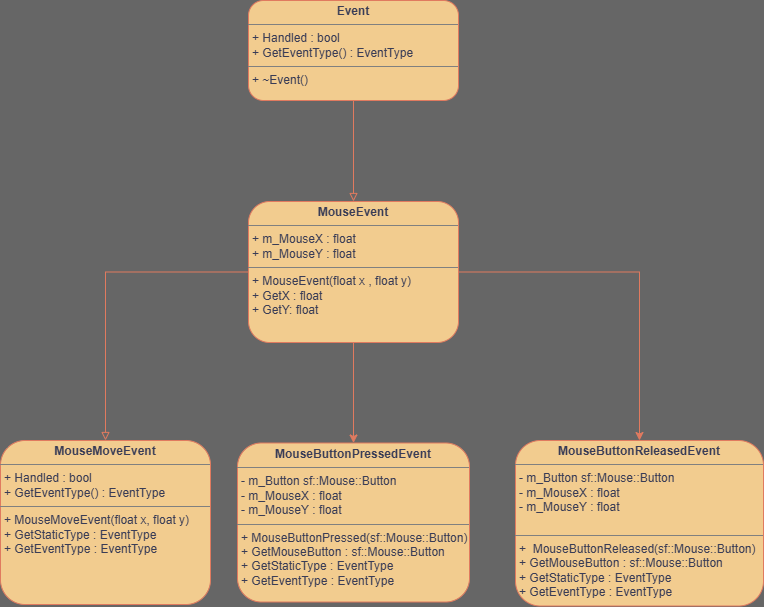
Earlier version of the draw.io export Docs/Images/Mouse Event Diagram.drawio.png (erikholmesdev/Thrive-Game-Engine). Source tidied: cells renumbered, new cells last; positions are measured from the earlier drawing's top-left corner, leaving out a move shared by most shapes. The source it was exported from:
```xml
<mxGraphModel background="#666666">
  <root>
    <mxCell id="0" />
    <mxCell id="1" parent="0" />
    <mxCell id="2" style="edgeStyle=orthogonalEdgeStyle;rounded=0;jettySize=auto;html=1;entryX=0.5;entryY=0;entryDx=0;entryDy=0;strokeColor=#E07A5F;fontColor=#393C56;fillColor=#F2CC8F;endArrow=block;endFill=0;" parent="1" edge="1" source="3" target="7">
      <mxGeometry relative="1" as="geometry" />
    </mxCell>
    <mxCell id="3" value="&lt;p style=&quot;margin:0px;margin-top:4px;text-align:center;&quot;&gt;&lt;b&gt;Event&lt;/b&gt;&lt;/p&gt;&lt;hr size=&quot;1&quot; style=&quot;border-style:solid;&quot;&gt;&lt;p style=&quot;margin:0px;margin-left:4px;&quot;&gt;+ Handled : bool&lt;/p&gt;&lt;p style=&quot;margin:0px;margin-left:4px;&quot;&gt;+ GetEventType() : EventType&lt;/p&gt;&lt;hr size=&quot;1&quot; style=&quot;border-style:solid;&quot;&gt;&lt;p style=&quot;margin:0px;margin-left:4px;&quot;&gt;+ ~Event()&lt;/p&gt;&lt;p style=&quot;margin:0px;margin-left:4px;&quot;&gt;&lt;br&gt;&lt;/p&gt;" style="verticalAlign=top;align=left;overflow=fill;html=1;whiteSpace=wrap;labelBackgroundColor=none;rounded=1;fillColor=#F2CC8F;strokeColor=#E07A5F;fontColor=#393C56;" parent="1" vertex="1">
      <mxGeometry x="248" width="210" height="100" as="geometry" />
    </mxCell>
    <mxCell id="4" style="edgeStyle=orthogonalEdgeStyle;rounded=0;jettySize=auto;html=1;entryX=0.5;entryY=0;entryDx=0;entryDy=0;strokeColor=#E07A5F;fontColor=#393C56;fillColor=#F2CC8F;endArrow=block;endFill=0;" parent="1" edge="1" source="7" target="8">
      <mxGeometry relative="1" as="geometry" />
    </mxCell>
    <mxCell id="5" style="edgeStyle=orthogonalEdgeStyle;rounded=0;jettySize=auto;html=1;strokeColor=#E07A5F;fontColor=#393C56;fillColor=#F2CC8F;" parent="1" edge="1" source="7" target="9">
      <mxGeometry relative="1" as="geometry" />
    </mxCell>
    <mxCell id="6" style="edgeStyle=orthogonalEdgeStyle;rounded=0;jettySize=auto;html=1;entryX=0.5;entryY=0;entryDx=0;entryDy=0;strokeColor=#E07A5F;fontColor=#393C56;fillColor=#F2CC8F;" parent="1" edge="1" source="7" target="10">
      <mxGeometry relative="1" as="geometry" />
    </mxCell>
    <mxCell id="7" value="&lt;p style=&quot;margin:0px;margin-top:4px;text-align:center;&quot;&gt;&lt;b&gt;MouseEvent&lt;/b&gt;&lt;/p&gt;&lt;hr size=&quot;1&quot; style=&quot;border-style:solid;&quot;&gt;&lt;p style=&quot;margin:0px;margin-left:4px;&quot;&gt;+ m_MouseX : float&lt;/p&gt;&lt;p style=&quot;margin:0px;margin-left:4px;&quot;&gt;+ m_MouseY : float&lt;/p&gt;&lt;hr size=&quot;1&quot; style=&quot;border-style:solid;&quot;&gt;&lt;p style=&quot;margin:0px;margin-left:4px;&quot;&gt;+ MouseEvent(float x , float y)&lt;/p&gt;&lt;p style=&quot;margin:0px;margin-left:4px;&quot;&gt;+ GetX : float&lt;/p&gt;&lt;p style=&quot;margin:0px;margin-left:4px;&quot;&gt;+ GetY: float&lt;/p&gt;&lt;p style=&quot;margin:0px;margin-left:4px;&quot;&gt;&lt;br&gt;&lt;/p&gt;" style="verticalAlign=top;align=left;overflow=fill;html=1;whiteSpace=wrap;labelBackgroundColor=none;rounded=1;fillColor=#F2CC8F;strokeColor=#E07A5F;fontColor=#393C56;" parent="1" vertex="1">
      <mxGeometry x="248" y="201" width="210" height="141" as="geometry" />
    </mxCell>
    <mxCell id="8" value="&lt;p style=&quot;margin:0px;margin-top:4px;text-align:center;&quot;&gt;&lt;b&gt;MouseMoveEvent&lt;/b&gt;&lt;/p&gt;&lt;hr size=&quot;1&quot; style=&quot;border-style:solid;&quot;&gt;&lt;p style=&quot;margin:0px;margin-left:4px;&quot;&gt;+ Handled : bool&lt;/p&gt;&lt;p style=&quot;margin:0px;margin-left:4px;&quot;&gt;+ GetEventType() : EventType&lt;/p&gt;&lt;hr size=&quot;1&quot; style=&quot;border-style:solid;&quot;&gt;&lt;p style=&quot;margin:0px;margin-left:4px;&quot;&gt;+ MouseMoveEvent(float x, float y)&lt;/p&gt;&lt;p style=&quot;margin:0px;margin-left:4px;&quot;&gt;+ GetStaticType : EventType&lt;/p&gt;&lt;p style=&quot;margin:0px;margin-left:4px;&quot;&gt;+ GetEventType : EventType&lt;/p&gt;&lt;p style=&quot;margin:0px;margin-left:4px;&quot;&gt;&lt;br&gt;&lt;/p&gt;" style="verticalAlign=top;align=left;overflow=fill;html=1;whiteSpace=wrap;labelBackgroundColor=none;rounded=1;fillColor=#F2CC8F;strokeColor=#E07A5F;fontColor=#393C56;" parent="1" vertex="1">
      <mxGeometry y="440" width="210" height="164" as="geometry" />
    </mxCell>
    <mxCell id="9" value="&lt;p style=&quot;margin:0px;margin-top:4px;text-align:center;&quot;&gt;&lt;b&gt;MouseButtonPressedEvent&lt;/b&gt;&lt;/p&gt;&lt;hr size=&quot;1&quot; style=&quot;border-style:solid;&quot;&gt;&lt;p style=&quot;margin:0px;margin-left:4px;&quot;&gt;- m_Button sf::Mouse::Button&lt;/p&gt;&lt;p style=&quot;margin:0px;margin-left:4px;&quot;&gt;- m_MouseX : float&lt;/p&gt;&lt;p style=&quot;margin:0px;margin-left:4px;&quot;&gt;- m_MouseY : float&lt;/p&gt;&lt;hr size=&quot;1&quot; style=&quot;border-style:solid;&quot;&gt;&lt;p style=&quot;margin:0px;margin-left:4px;&quot;&gt;+ MouseButtonPressed(sf::Mouse::Button)&lt;/p&gt;&lt;p style=&quot;margin:0px;margin-left:4px;&quot;&gt;+ GetMouseButton : sf::Mouse::Button&lt;/p&gt;&lt;p style=&quot;margin:0px;margin-left:4px;&quot;&gt;+ GetStaticType : EventType&lt;/p&gt;&lt;p style=&quot;margin:0px;margin-left:4px;&quot;&gt;+&amp;nbsp;&lt;span style=&quot;background-color: transparent; color: light-dark(rgb(57, 60, 86), rgb(182, 184, 207));&quot;&gt;GetEventType : EventType&lt;/span&gt;&lt;/p&gt;" style="verticalAlign=top;align=left;overflow=fill;html=1;whiteSpace=wrap;labelBackgroundColor=none;rounded=1;fillColor=#F2CC8F;strokeColor=#E07A5F;fontColor=#393C56;" parent="1" vertex="1">
      <mxGeometry x="237" y="442.5" width="232" height="159" as="geometry" />
    </mxCell>
    <mxCell id="10" value="&lt;p style=&quot;margin:0px;margin-top:4px;text-align:center;&quot;&gt;&lt;b&gt;MouseButtonReleasedEvent&lt;/b&gt;&lt;/p&gt;&lt;hr size=&quot;1&quot; style=&quot;border-style:solid;&quot;&gt;&lt;p style=&quot;margin:0px;margin-left:4px;&quot;&gt;- m_Button sf::Mouse::Button&lt;/p&gt;&lt;p style=&quot;margin: 0px 0px 0px 4px;&quot;&gt;- m_MouseX : float&lt;/p&gt;&lt;p style=&quot;margin: 0px 0px 0px 4px;&quot;&gt;- m_MouseY : float&lt;/p&gt;&lt;div&gt;&lt;br&gt;&lt;/div&gt;&lt;hr size=&quot;1&quot; style=&quot;border-style:solid;&quot;&gt;&lt;p style=&quot;margin:0px;margin-left:4px;&quot;&gt;+&amp;nbsp;&lt;span style=&quot;background-color: transparent; color: light-dark(rgb(57, 60, 86), rgb(182, 184, 207));&quot;&gt;&amp;nbsp;&lt;/span&gt;&lt;span style=&quot;background-color: transparent; color: light-dark(rgb(57, 60, 86), rgb(182, 184, 207));&quot;&gt;MouseButtonReleased(sf::Mouse::Button)&lt;/span&gt;&lt;/p&gt;&lt;p style=&quot;margin: 0px 0px 0px 4px;&quot;&gt;+ GetMouseButton : sf::Mouse::Button&lt;/p&gt;&lt;p style=&quot;margin: 0px 0px 0px 4px;&quot;&gt;+ GetStaticType : EventType&lt;/p&gt;&lt;p style=&quot;margin: 0px 0px 0px 4px;&quot;&gt;+&amp;nbsp;&lt;span style=&quot;background-color: transparent; color: light-dark(rgb(57, 60, 86), rgb(182, 184, 207));&quot;&gt;GetEventType : EventType&lt;/span&gt;&lt;/p&gt;&lt;p style=&quot;margin:0px;margin-left:4px;&quot;&gt;&lt;br&gt;&lt;/p&gt;" style="verticalAlign=top;align=left;overflow=fill;html=1;whiteSpace=wrap;labelBackgroundColor=none;rounded=1;fillColor=#F2CC8F;strokeColor=#E07A5F;fontColor=#393C56;" parent="1" vertex="1">
      <mxGeometry x="515" y="440" width="248" height="165.5" as="geometry" />
    </mxCell>
  </root>
</mxGraphModel>
```
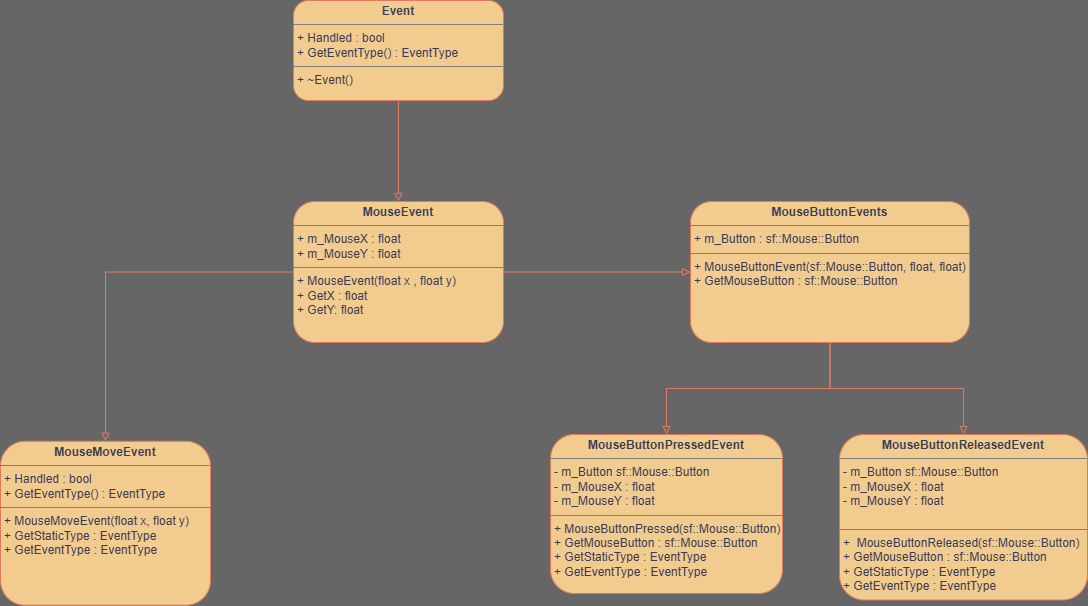
After the change.

Commit message:
Updated the diagram to include the new MouseButtonEvent class.

What changed in the source:
```diff
@@ -11,23 +11,29 @@
     <mxCell id="4" style="edgeStyle=orthogonalEdgeStyle;rounded=0;jettySize=auto;html=1;entryX=0.5;entryY=0;entryDx=0;entryDy=0;strokeColor=#E07A5F;fontColor=#393C56;fillColor=#F2CC8F;endArrow=block;endFill=0;" parent="1" edge="1" source="7" target="8">
       <mxGeometry relative="1" as="geometry" />
     </mxCell>
-    <mxCell id="5" style="edgeStyle=orthogonalEdgeStyle;rounded=0;jettySize=auto;html=1;strokeColor=#E07A5F;fontColor=#393C56;fillColor=#F2CC8F;" parent="1" edge="1" source="7" target="9">
-      <mxGeometry relative="1" as="geometry" />
-    </mxCell>
-    <mxCell id="6" style="edgeStyle=orthogonalEdgeStyle;rounded=0;jettySize=auto;html=1;entryX=0.5;entryY=0;entryDx=0;entryDy=0;strokeColor=#E07A5F;fontColor=#393C56;fillColor=#F2CC8F;" parent="1" edge="1" source="7" target="10">
-      <mxGeometry relative="1" as="geometry" />
-    </mxCell>
+    <mxCell id="11" style="edgeStyle=orthogonalEdgeStyle;rounded=0;jettySize=auto;html=1;entryX=0;entryY=0.5;entryDx=0;entryDy=0;strokeColor=#E07A5F;fontColor=#393C56;fillColor=#F2CC8F;endArrow=block;endFill=0;" parent="1" edge="1" source="7" target="14">
+      <mxGeometry relative="1" as="geometry" />
+    </mxCell>
     <mxCell id="7" value="&lt;p style=&quot;margin:0px;margin-top:4px;text-align:center;&quot;&gt;&lt;b&gt;MouseEvent&lt;/b&gt;&lt;/p&gt;&lt;hr size=&quot;1&quot; style=&quot;border-style:solid;&quot;&gt;&lt;p style=&quot;margin:0px;margin-left:4px;&quot;&gt;+ m_MouseX : float&lt;/p&gt;&lt;p style=&quot;margin:0px;margin-left:4px;&quot;&gt;+ m_MouseY : float&lt;/p&gt;&lt;hr size=&quot;1&quot; style=&quot;border-style:solid;&quot;&gt;&lt;p style=&quot;margin:0px;margin-left:4px;&quot;&gt;+ MouseEvent(float x , float y)&lt;/p&gt;&lt;p style=&quot;margin:0px;margin-left:4px;&quot;&gt;+ GetX : float&lt;/p&gt;&lt;p style=&quot;margin:0px;margin-left:4px;&quot;&gt;+ GetY: float&lt;/p&gt;&lt;p style=&quot;margin:0px;margin-left:4px;&quot;&gt;&lt;br&gt;&lt;/p&gt;" style="verticalAlign=top;align=left;overflow=fill;html=1;whiteSpace=wrap;labelBackgroundColor=none;rounded=1;fillColor=#F2CC8F;strokeColor=#E07A5F;fontColor=#393C56;" parent="1" vertex="1">
       <mxGeometry x="248" y="201" width="210" height="141" as="geometry" />
     </mxCell>
     <mxCell id="8" value="&lt;p style=&quot;margin:0px;margin-top:4px;text-align:center;&quot;&gt;&lt;b&gt;MouseMoveEvent&lt;/b&gt;&lt;/p&gt;&lt;hr size=&quot;1&quot; style=&quot;border-style:solid;&quot;&gt;&lt;p style=&quot;margin:0px;margin-left:4px;&quot;&gt;+ Handled : bool&lt;/p&gt;&lt;p style=&quot;margin:0px;margin-left:4px;&quot;&gt;+ GetEventType() : EventType&lt;/p&gt;&lt;hr size=&quot;1&quot; style=&quot;border-style:solid;&quot;&gt;&lt;p style=&quot;margin:0px;margin-left:4px;&quot;&gt;+ MouseMoveEvent(float x, float y)&lt;/p&gt;&lt;p style=&quot;margin:0px;margin-left:4px;&quot;&gt;+ GetStaticType : EventType&lt;/p&gt;&lt;p style=&quot;margin:0px;margin-left:4px;&quot;&gt;+ GetEventType : EventType&lt;/p&gt;&lt;p style=&quot;margin:0px;margin-left:4px;&quot;&gt;&lt;br&gt;&lt;/p&gt;" style="verticalAlign=top;align=left;overflow=fill;html=1;whiteSpace=wrap;labelBackgroundColor=none;rounded=1;fillColor=#F2CC8F;strokeColor=#E07A5F;fontColor=#393C56;" parent="1" vertex="1">
-      <mxGeometry y="440" width="210" height="164" as="geometry" />
+      <mxGeometry x="-45" y="440.8" width="210" height="164" as="geometry" />
     </mxCell>
     <mxCell id="9" value="&lt;p style=&quot;margin:0px;margin-top:4px;text-align:center;&quot;&gt;&lt;b&gt;MouseButtonPressedEvent&lt;/b&gt;&lt;/p&gt;&lt;hr size=&quot;1&quot; style=&quot;border-style:solid;&quot;&gt;&lt;p style=&quot;margin:0px;margin-left:4px;&quot;&gt;- m_Button sf::Mouse::Button&lt;/p&gt;&lt;p style=&quot;margin:0px;margin-left:4px;&quot;&gt;- m_MouseX : float&lt;/p&gt;&lt;p style=&quot;margin:0px;margin-left:4px;&quot;&gt;- m_MouseY : float&lt;/p&gt;&lt;hr size=&quot;1&quot; style=&quot;border-style:solid;&quot;&gt;&lt;p style=&quot;margin:0px;margin-left:4px;&quot;&gt;+ MouseButtonPressed(sf::Mouse::Button)&lt;/p&gt;&lt;p style=&quot;margin:0px;margin-left:4px;&quot;&gt;+ GetMouseButton : sf::Mouse::Button&lt;/p&gt;&lt;p style=&quot;margin:0px;margin-left:4px;&quot;&gt;+ GetStaticType : EventType&lt;/p&gt;&lt;p style=&quot;margin:0px;margin-left:4px;&quot;&gt;+&amp;nbsp;&lt;span style=&quot;background-color: transparent; color: light-dark(rgb(57, 60, 86), rgb(182, 184, 207));&quot;&gt;GetEventType : EventType&lt;/span&gt;&lt;/p&gt;" style="verticalAlign=top;align=left;overflow=fill;html=1;whiteSpace=wrap;labelBackgroundColor=none;rounded=1;fillColor=#F2CC8F;strokeColor=#E07A5F;fontColor=#393C56;" parent="1" vertex="1">
-      <mxGeometry x="237" y="442.5" width="232" height="159" as="geometry" />
+      <mxGeometry x="505" y="434" width="232" height="159" as="geometry" />
     </mxCell>
     <mxCell id="10" value="&lt;p style=&quot;margin:0px;margin-top:4px;text-align:center;&quot;&gt;&lt;b&gt;MouseButtonReleasedEvent&lt;/b&gt;&lt;/p&gt;&lt;hr size=&quot;1&quot; style=&quot;border-style:solid;&quot;&gt;&lt;p style=&quot;margin:0px;margin-left:4px;&quot;&gt;- m_Button sf::Mouse::Button&lt;/p&gt;&lt;p style=&quot;margin: 0px 0px 0px 4px;&quot;&gt;- m_MouseX : float&lt;/p&gt;&lt;p style=&quot;margin: 0px 0px 0px 4px;&quot;&gt;- m_MouseY : float&lt;/p&gt;&lt;div&gt;&lt;br&gt;&lt;/div&gt;&lt;hr size=&quot;1&quot; style=&quot;border-style:solid;&quot;&gt;&lt;p style=&quot;margin:0px;margin-left:4px;&quot;&gt;+&amp;nbsp;&lt;span style=&quot;background-color: transparent; color: light-dark(rgb(57, 60, 86), rgb(182, 184, 207));&quot;&gt;&amp;nbsp;&lt;/span&gt;&lt;span style=&quot;background-color: transparent; color: light-dark(rgb(57, 60, 86), rgb(182, 184, 207));&quot;&gt;MouseButtonReleased(sf::Mouse::Button)&lt;/span&gt;&lt;/p&gt;&lt;p style=&quot;margin: 0px 0px 0px 4px;&quot;&gt;+ GetMouseButton : sf::Mouse::Button&lt;/p&gt;&lt;p style=&quot;margin: 0px 0px 0px 4px;&quot;&gt;+ GetStaticType : EventType&lt;/p&gt;&lt;p style=&quot;margin: 0px 0px 0px 4px;&quot;&gt;+&amp;nbsp;&lt;span style=&quot;background-color: transparent; color: light-dark(rgb(57, 60, 86), rgb(182, 184, 207));&quot;&gt;GetEventType : EventType&lt;/span&gt;&lt;/p&gt;&lt;p style=&quot;margin:0px;margin-left:4px;&quot;&gt;&lt;br&gt;&lt;/p&gt;" style="verticalAlign=top;align=left;overflow=fill;html=1;whiteSpace=wrap;labelBackgroundColor=none;rounded=1;fillColor=#F2CC8F;strokeColor=#E07A5F;fontColor=#393C56;" parent="1" vertex="1">
-      <mxGeometry x="515" y="440" width="248" height="165.5" as="geometry" />
+      <mxGeometry x="794" y="434" width="248" height="165.5" as="geometry" />
     </mxCell>
+    <mxCell id="12" style="edgeStyle=orthogonalEdgeStyle;rounded=0;jettySize=auto;html=1;entryX=0.5;entryY=0;entryDx=0;entryDy=0;strokeColor=#E07A5F;fontColor=#393C56;fillColor=#F2CC8F;endArrow=block;endFill=0;" parent="1" edge="1" source="14" target="9">
+      <mxGeometry relative="1" as="geometry" />
+    </mxCell>
+    <mxCell id="13" style="edgeStyle=orthogonalEdgeStyle;rounded=0;jettySize=auto;html=1;exitX=0.5;exitY=1;exitDx=0;exitDy=0;entryX=0.5;entryY=0;entryDx=0;entryDy=0;strokeColor=#E07A5F;fontColor=#393C56;fillColor=#F2CC8F;endArrow=block;endFill=0;" parent="1" edge="1" source="14" target="10">
+      <mxGeometry relative="1" as="geometry" />
+    </mxCell>
+    <mxCell id="14" value="&lt;p style=&quot;margin:0px;margin-top:4px;text-align:center;&quot;&gt;&lt;b&gt;MouseButtonEvents&lt;/b&gt;&lt;/p&gt;&lt;hr size=&quot;1&quot; style=&quot;border-style:solid;&quot;&gt;&lt;p style=&quot;margin:0px;margin-left:4px;&quot;&gt;+ m_Button : sf::Mouse::Button&lt;/p&gt;&lt;hr size=&quot;1&quot; style=&quot;border-style:solid;&quot;&gt;&lt;p style=&quot;margin:0px;margin-left:4px;&quot;&gt;&lt;span style=&quot;background-color: transparent; color: light-dark(rgb(57, 60, 86), rgb(182, 184, 207));&quot;&gt;+ MouseButtonEvent(sf::Mouse::Button, float, float)&lt;br&gt;&lt;/span&gt;&lt;/p&gt;&lt;p style=&quot;margin:0px;margin-left:4px;&quot;&gt;&lt;span style=&quot;background-color: transparent; color: light-dark(rgb(57, 60, 86), rgb(182, 184, 207));&quot;&gt;+ GetMouseButton : sf::Mouse::Button&lt;/span&gt;&lt;/p&gt;" style="verticalAlign=top;align=left;overflow=fill;html=1;whiteSpace=wrap;labelBackgroundColor=none;rounded=1;fillColor=#F2CC8F;strokeColor=#E07A5F;fontColor=#393C56;" parent="1" vertex="1">
+      <mxGeometry x="645" y="201" width="279" height="141" as="geometry" />
+    </mxCell>
   </root>
 </mxGraphModel>
```
